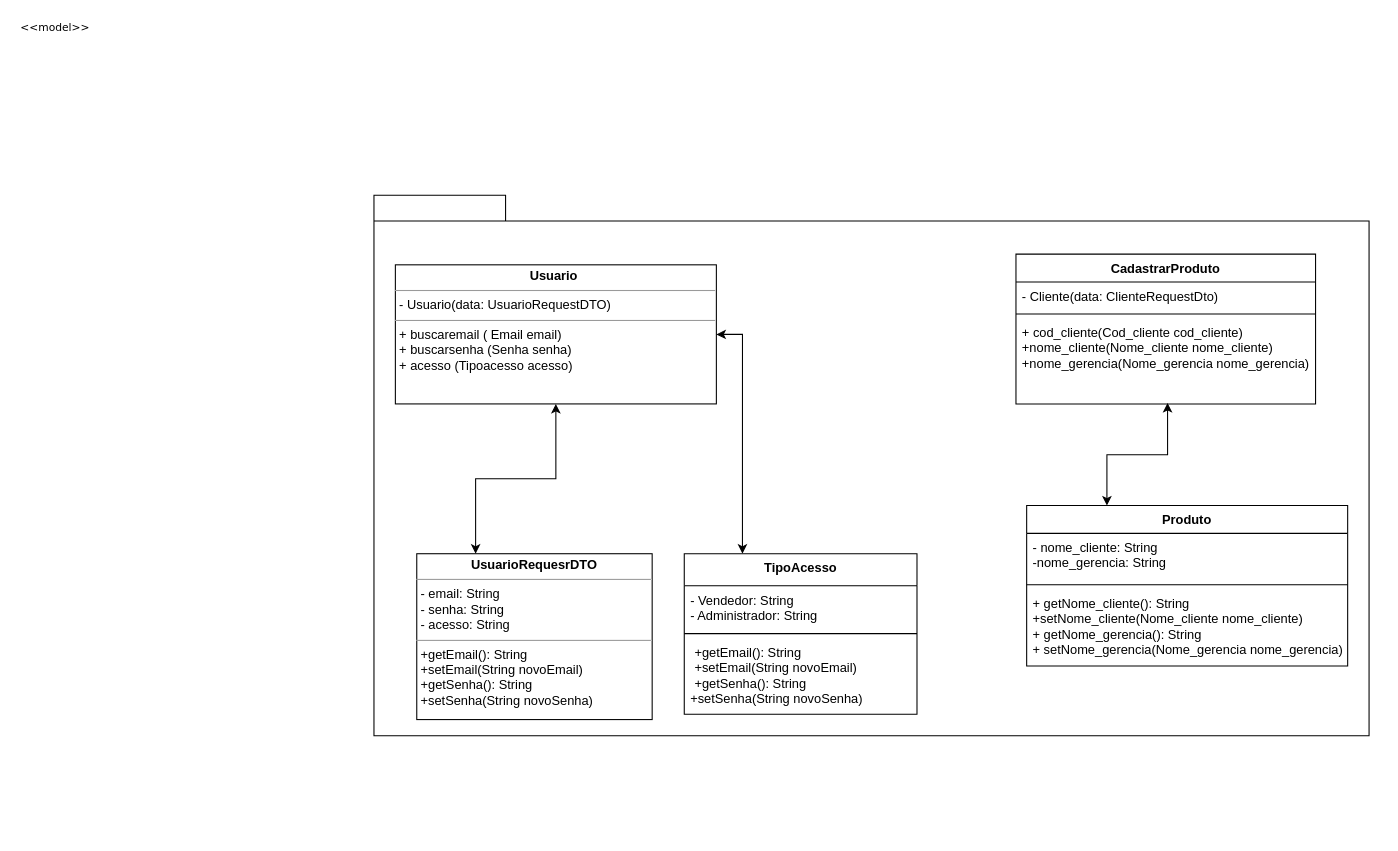
This is page "Page-1" (1 of 2) of Diagramas/Diagrama de Classes.drawio from Thunder53/Dom-Rock, a draw.io file, before an edit. Source tidied: cells renumbered, new cells numbered last; positions are measured from the earlier drawing's top-left corner, leaving out a move shared by most shapes. Both pictures are drawn from the tidied source at 107%, with x=0, y=0 at pixel (18, 17).
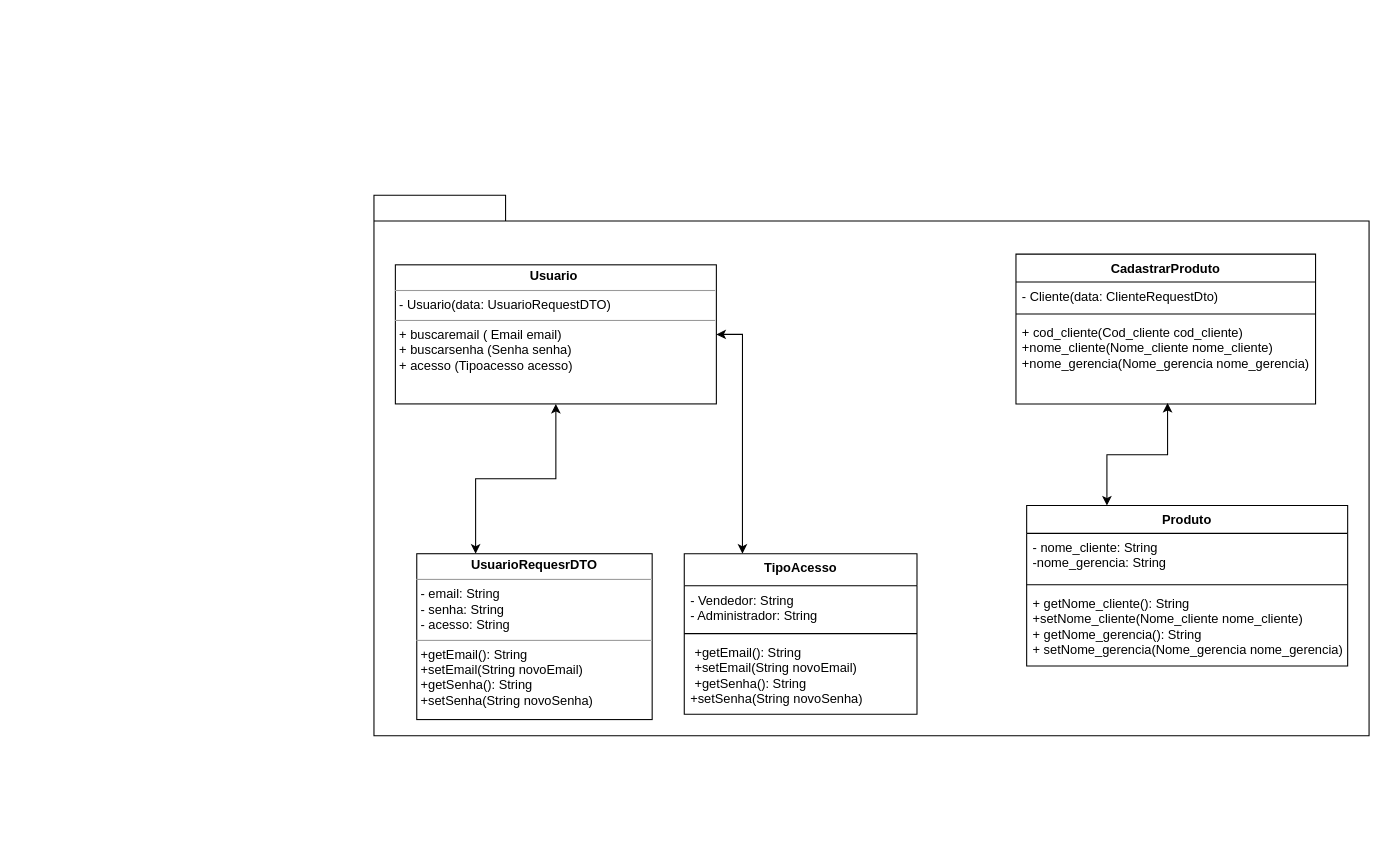
The same diagram, later.

Diff of the diagram source:
```diff
@@
-    <mxCell id="21" value="&amp;lt;&amp;lt;model&amp;gt;&amp;gt;" style="text;html=1;align=left;verticalAlign=top;spacingTop=-4;fontSize=10;fontFamily=Verdana;" parent="1" vertex="1">
-      <mxGeometry x="-0.5" y="0.5" width="130" height="20" as="geometry" />
-    </mxCell>
```
